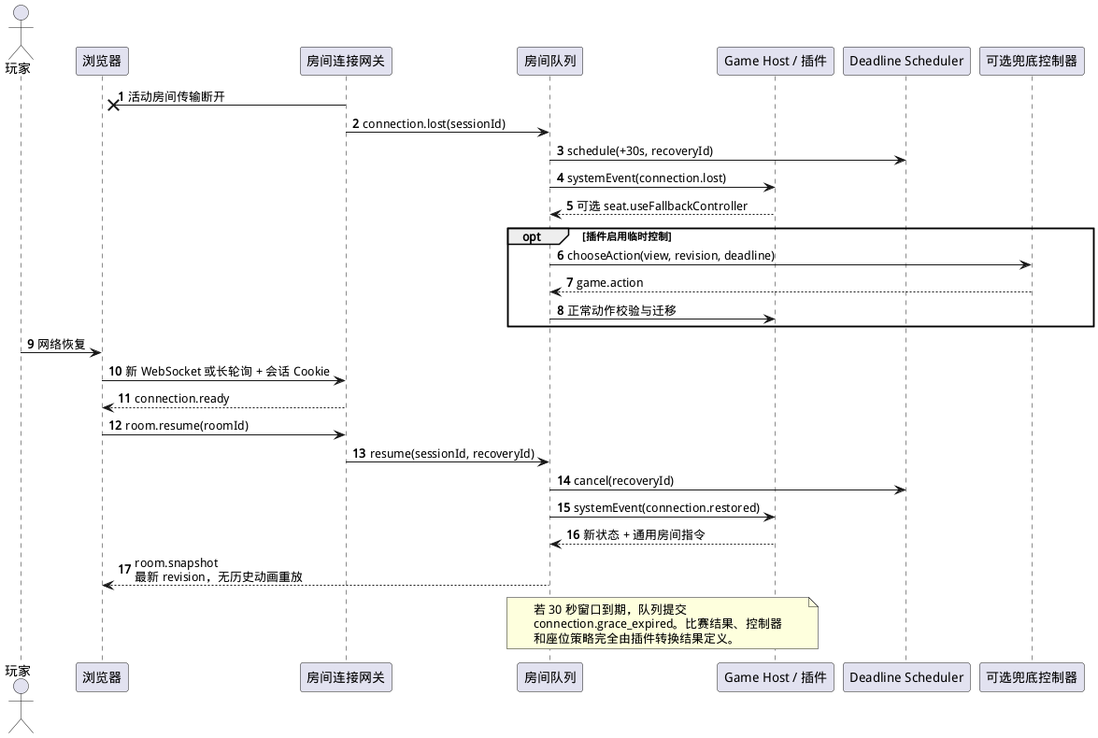
This is docs/images/protocol-fig02.png from huzife/tabletop, a PlantUML export, as it was before one commit.
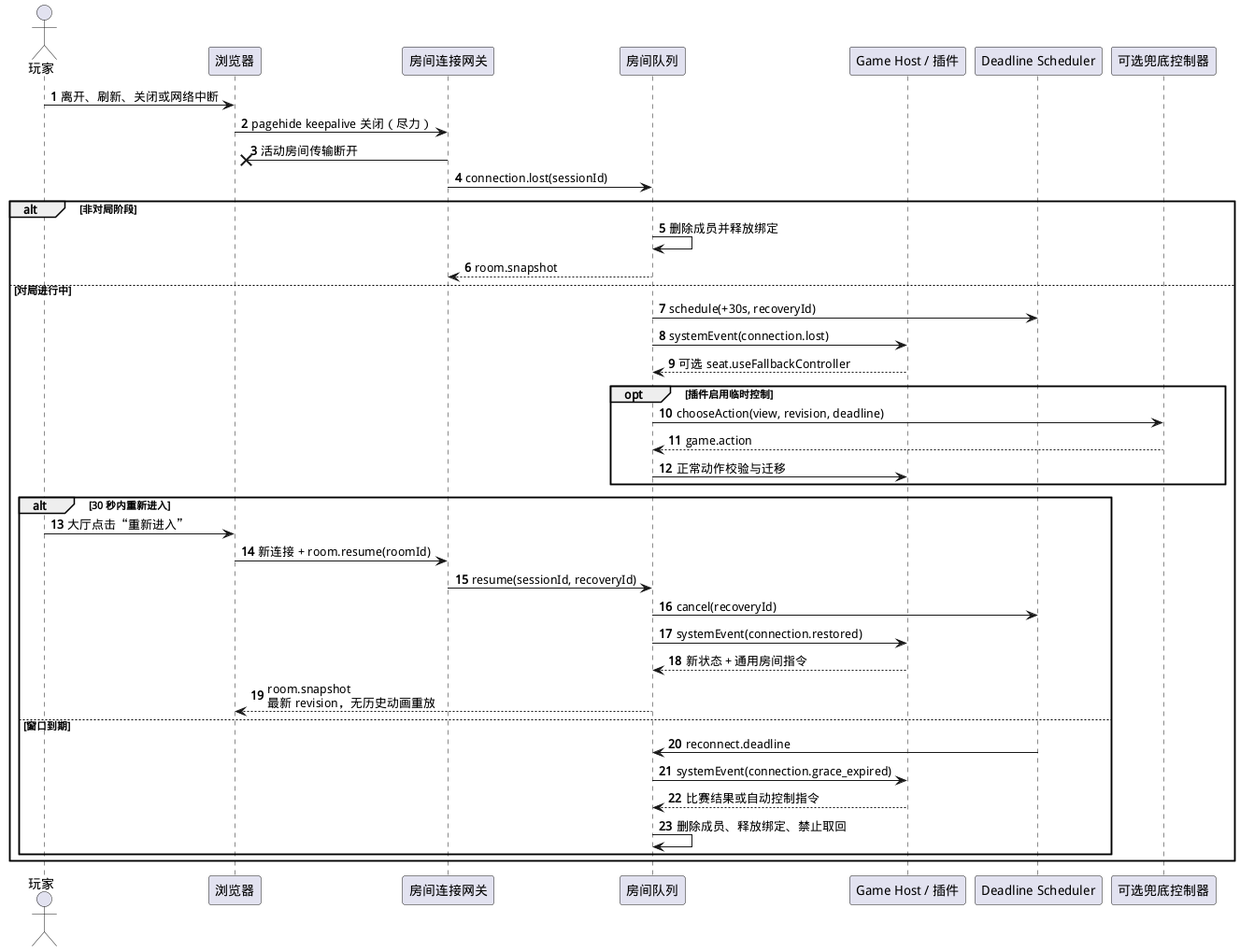
After the commit.

Diff of the diagram source:
```diff
@@ -12,31 +12,38 @@
 participant "Deadline Scheduler" as Scheduler
 participant "可选兜底控制器" as Fallback
 
+玩家 -> 浏览器 : 离开、刷新、关闭或网络中断
+浏览器 -> Gateway : pagehide keepalive 关闭（尽力）
 Gateway -x 浏览器 : 活动房间传输断开
 Gateway -> Queue : connection.lost(sessionId)
-Queue -> Scheduler : schedule(+30s, recoveryId)
-Queue -> Host : systemEvent(connection.lost)
-Host --> Queue : 可选 seat.useFallbackController
 
-opt 插件启用临时控制
-  Queue -> Fallback : chooseAction(view, revision, deadline)
-  Fallback --> Queue : game.action
-  Queue -> Host : 正常动作校验与迁移
+alt 非对局阶段
+  Queue -> Queue : 删除成员并释放绑定
+  Queue --> Gateway : room.snapshot
+else 对局进行中
+  Queue -> Scheduler : schedule(+30s, recoveryId)
+  Queue -> Host : systemEvent(connection.lost)
+  Host --> Queue : 可选 seat.useFallbackController
+
+  opt 插件启用临时控制
+    Queue -> Fallback : chooseAction(view, revision, deadline)
+    Fallback --> Queue : game.action
+    Queue -> Host : 正常动作校验与迁移
+  end
+
+  alt 30 秒内重新进入
+    玩家 -> 浏览器 : 大厅点击“重新进入”
+    浏览器 -> Gateway : 新连接 + room.resume(roomId)
+    Gateway -> Queue : resume(sessionId, recoveryId)
+    Queue -> Scheduler : cancel(recoveryId)
+    Queue -> Host : systemEvent(connection.restored)
+    Host --> Queue : 新状态 + 通用房间指令
+    Queue --> 浏览器 : room.snapshot\n最新 revision，无历史动画重放
+  else 窗口到期
+    Scheduler -> Queue : reconnect.deadline
+    Queue -> Host : systemEvent(connection.grace_expired)
+    Host --> Queue : 比赛结果或自动控制指令
+    Queue -> Queue : 删除成员、释放绑定、禁止取回
+  end
 end
-
-玩家 -> 浏览器 : 网络恢复
-浏览器 -> Gateway : 新 WebSocket 或长轮询 + 会话 Cookie
-Gateway --> 浏览器 : connection.ready
-浏览器 -> Gateway : room.resume(roomId)
-Gateway -> Queue : resume(sessionId, recoveryId)
-Queue -> Scheduler : cancel(recoveryId)
-Queue -> Host : systemEvent(connection.restored)
-Host --> Queue : 新状态 + 通用房间指令
-Queue --> 浏览器 : room.snapshot\n最新 revision，无历史动画重放
-
-note over Queue,Host
-  若 30 秒窗口到期，队列提交
-  connection.grace_expired。比赛结果、控制器
-  和座位策略完全由插件转换结果定义。
-end note
 @enduml
```
